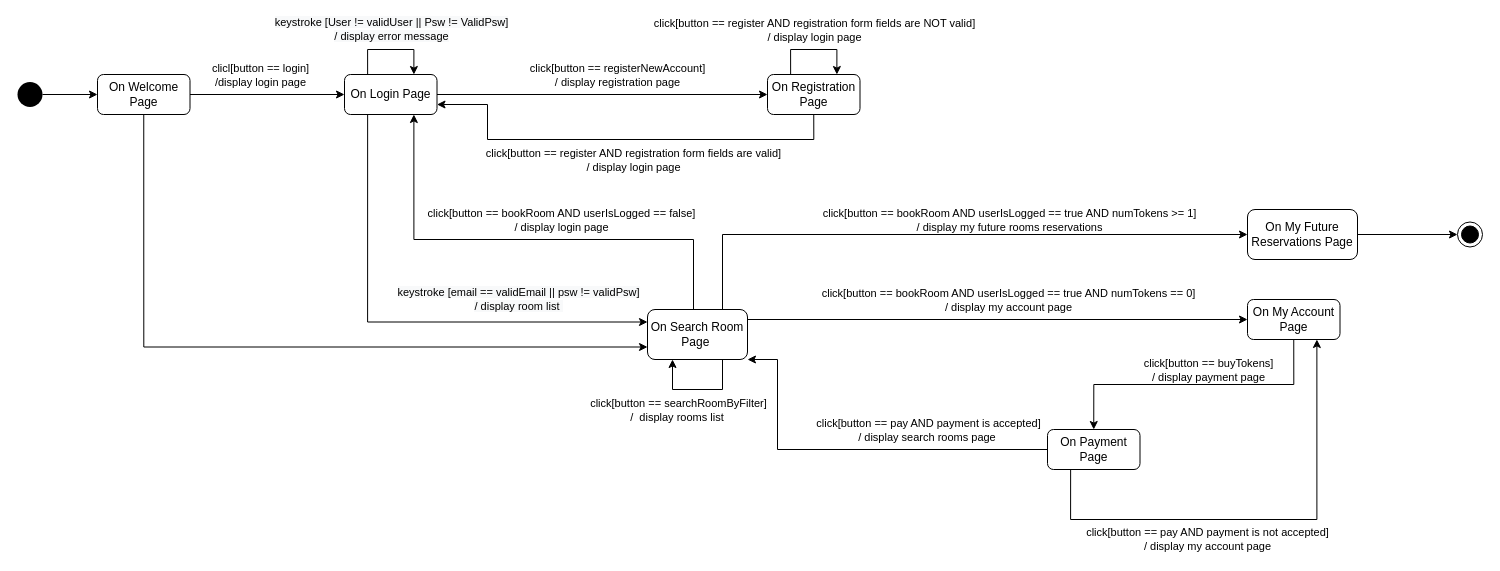
nic-agos/DoveStudi keeps this draw.io diagram as Deliverables/State Diagram/State Diagram - Magnoni Flavia.drawio. Above is the earlier version. Source tidied: cells renumbered, new cells numbered last; positions are measured from the earlier drawing's top-left corner, leaving out a move shared by most shapes. Both pictures are drawn from the tidied source at 100%, with x=0, y=0 at pixel (17, 49).
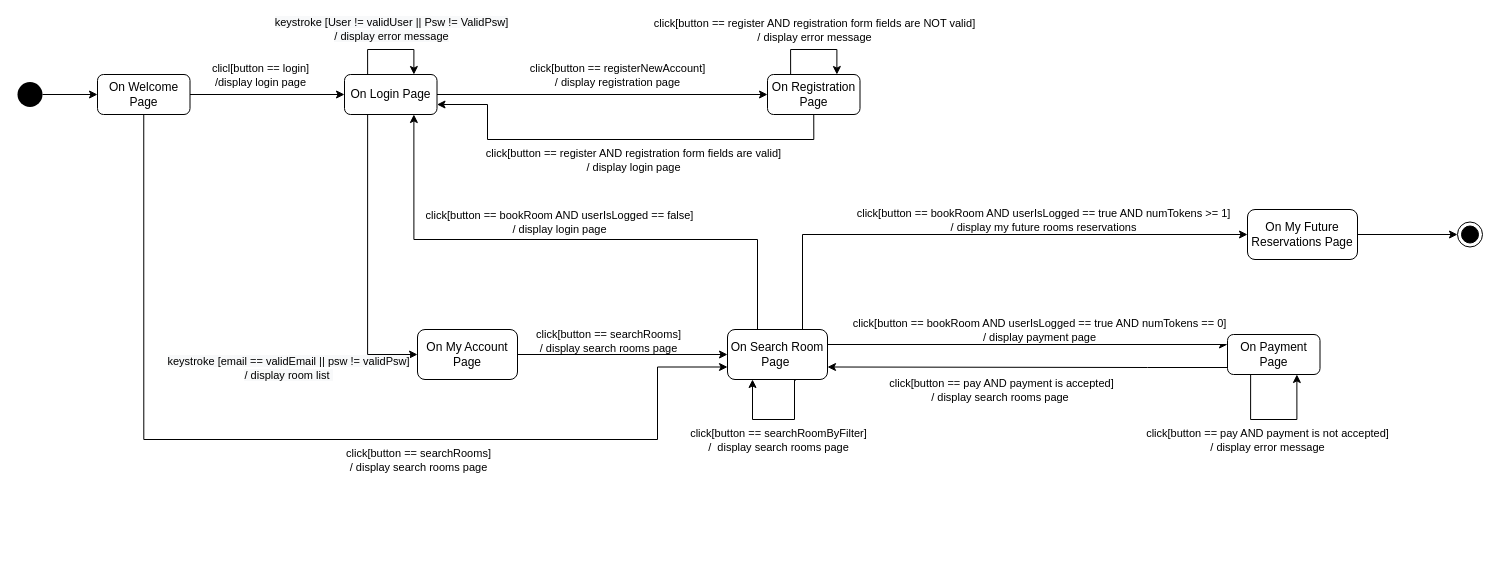
Above is the later version.

The change refers to these unchanged cells:
```xml
<mxCell id="7" value="&lt;font style=&quot;font-size: 12px&quot;&gt;On Welcome Page&lt;/font&gt;" style="rounded=1;whiteSpace=wrap;html=1;strokeWidth=1;" parent="1" vertex="1">
  <mxGeometry x="80" y="25" width="92.5" height="40" as="geometry" />
</mxCell>
<mxCell id="12" value="&lt;font style=&quot;font-size: 12px&quot;&gt;On Login Page&lt;/font&gt;" style="rounded=1;whiteSpace=wrap;html=1;strokeWidth=1;" parent="1" vertex="1">
  <mxGeometry x="327" y="25" width="92.5" height="40" as="geometry" />
</mxCell>
<mxCell id="14" value="&lt;font style=&quot;font-size: 12px&quot;&gt;On My Future Reservations Page&lt;/font&gt;" style="rounded=1;whiteSpace=wrap;html=1;strokeWidth=1;" parent="1" vertex="1">
  <mxGeometry x="1230" y="160" width="110" height="50" as="geometry" />
</mxCell>
<mxCell id="28" style="edgeStyle=orthogonalEdgeStyle;rounded=0;orthogonalLoop=1;jettySize=auto;html=1;exitX=0.25;exitY=0;exitDx=0;exitDy=0;entryX=0.75;entryY=0;entryDx=0;entryDy=0;" parent="1" edge="1" source="17" target="17">
  <mxGeometry relative="1" as="geometry">
    <Array as="points">
      <mxPoint x="773" />
      <mxPoint x="819" />
    </Array>
  </mxGeometry>
</mxCell>
```

Change to the diagram source:
```diff
@@
     <mxCell id="6" style="edgeStyle=orthogonalEdgeStyle;rounded=0;jettySize=auto;html=1;exitX=0.5;exitY=1;exitDx=0;exitDy=0;entryX=0;entryY=0.75;entryDx=0;entryDy=0;" parent="1" edge="1" source="7" target="24">
-      <mxGeometry relative="1" as="geometry" />
+      <mxGeometry relative="1" as="geometry">
+        <Array as="points">
+          <mxPoint x="126" y="390" />
+          <mxPoint x="640" y="390" />
+          <mxPoint x="640" y="318" />
+        </Array>
+      </mxGeometry>
     </mxCell>
+    <mxCell id="40" value="click[button == searchRooms]&lt;br&gt;/ display search rooms page" style="edgeLabel;html=1;align=center;verticalAlign=middle;" parent="6" vertex="1">
+      <mxGeometry x="0.76" y="1" relative="1" as="geometry">
+        <mxPoint x="-49" y="-74.7" as="offset" />
+      </mxGeometry>
+    </mxCell>
+    <mxCell id="41" value="click[button == searchRooms]&lt;br&gt;/ display search rooms page" style="edgeLabel;html=1;align=center;verticalAlign=middle;" parent="6" vertex="1">
+      <mxGeometry x="0.22" y="3" relative="1" as="geometry">
+        <mxPoint x="0.7" y="23" as="offset" />
+      </mxGeometry>
+    </mxCell>
@@
-    <mxCell id="10" style="edgeStyle=orthogonalEdgeStyle;rounded=0;jettySize=auto;html=1;exitX=0.25;exitY=1;exitDx=0;exitDy=0;entryX=0;entryY=0.25;entryDx=0;entryDy=0;" parent="1" edge="1" source="12" target="24">
-      <mxGeometry relative="1" as="geometry" />
+    <mxCell id="10" style="edgeStyle=orthogonalEdgeStyle;rounded=0;jettySize=auto;html=1;exitX=0.25;exitY=1;exitDx=0;exitDy=0;entryX=0;entryY=0.5;entryDx=0;entryDy=0;" parent="1" edge="1" source="12" target="27">
+      <mxGeometry relative="1" as="geometry">
+        <Array as="points">
+          <mxPoint x="350" y="305" />
+        </Array>
+      </mxGeometry>
     </mxCell>
     <mxCell id="11" value="&lt;span style=&quot;background-color: rgb(248 , 249 , 250)&quot;&gt;keystroke [email == validEmail || psw != validPsw]&lt;/span&gt;&lt;br style=&quot;background-color: rgb(248 , 249 , 250)&quot;&gt;&lt;span style=&quot;background-color: rgb(248 , 249 , 250)&quot;&gt;/ display room list&amp;nbsp;&lt;/span&gt;" style="edgeLabel;html=1;align=center;verticalAlign=middle;" parent="10" vertex="1">
       <mxGeometry x="-0.35" relative="1" as="geometry">
-        <mxPoint x="149.9" y="27" as="offset" />
+        <mxPoint x="-80.1" y="160" as="offset" />
       </mxGeometry>
     </mxCell>
@@
     <mxCell id="18" style="edgeStyle=orthogonalEdgeStyle;rounded=0;jettySize=auto;html=1;exitX=0.75;exitY=0;exitDx=0;exitDy=0;entryX=0;entryY=0.5;entryDx=0;entryDy=0;" parent="1" edge="1" source="24" target="14">
       <mxGeometry relative="1" as="geometry">
         <Array as="points">
-          <mxPoint x="705" y="185" />
+          <mxPoint x="785" y="185" />
         </Array>
       </mxGeometry>
     </mxCell>
@@
     <mxCell id="20" style="edgeStyle=orthogonalEdgeStyle;rounded=0;jettySize=auto;html=1;exitX=0.5;exitY=0;exitDx=0;exitDy=0;entryX=0.75;entryY=1;entryDx=0;entryDy=0;" parent="1" edge="1" source="24" target="12">
       <mxGeometry relative="1" as="geometry">
         <Array as="points">
-          <mxPoint x="676" y="190" />
+          <mxPoint x="740" y="280" />
+          <mxPoint x="740" y="190" />
           <mxPoint x="396" y="190" />
         </Array>
       </mxGeometry>
     </mxCell>
     <mxCell id="21" value="click[button == bookRoom AND userIsLogged == false]&lt;br&gt;/ display login page" style="edgeLabel;html=1;align=center;verticalAlign=middle;" parent="20" vertex="1">
       <mxGeometry x="-0.28" relative="1" as="geometry">
-        <mxPoint x="-34.3" y="-20" as="offset" />
+        <mxPoint x="-101" y="-17.5" as="offset" />
       </mxGeometry>
     </mxCell>
-    <mxCell id="22" style="edgeStyle=orthogonalEdgeStyle;rounded=0;jettySize=auto;html=1;exitX=1;exitY=0.25;exitDx=0;exitDy=0;entryX=0;entryY=0.5;entryDx=0;entryDy=0;" parent="1" edge="1" source="24" target="27">
+    <mxCell id="22" style="edgeStyle=orthogonalEdgeStyle;rounded=0;jettySize=auto;html=1;exitX=1;exitY=0.25;exitDx=0;exitDy=0;entryX=0;entryY=0.25;entryDx=0;entryDy=0;" parent="1" edge="1" source="24" target="34">
       <mxGeometry relative="1" as="geometry">
         <Array as="points">
-          <mxPoint x="730" y="270" />
+          <mxPoint x="810" y="295" />
         </Array>
       </mxGeometry>
     </mxCell>
-    <mxCell id="23" value="click[button == bookRoom AND userIsLogged == true AND numTokens == 0]&lt;br&gt;/ display my account page" style="edgeLabel;html=1;align=center;verticalAlign=middle;" parent="22" vertex="1">
+    <mxCell id="23" value="click[button == bookRoom AND userIsLogged == true AND numTokens == 0]&lt;br&gt;/ display payment page" style="edgeLabel;html=1;align=center;verticalAlign=middle;" parent="22" vertex="1">
       <mxGeometry x="0.47" y="-1" relative="1" as="geometry">
-        <mxPoint x="-106.5" y="-21" as="offset" />
+        <mxPoint x="-82.5" y="-16" as="offset" />
       </mxGeometry>
     </mxCell>
     <mxCell id="24" value="&lt;font style=&quot;font-size: 12px&quot;&gt;On Search Room Page&amp;nbsp;&lt;/font&gt;" style="rounded=1;whiteSpace=wrap;html=1;strokeWidth=1;" parent="1" vertex="1">
-      <mxGeometry x="630" y="260" width="100" height="50" as="geometry" />
+      <mxGeometry x="710" y="280" width="100" height="50" as="geometry" />
     </mxCell>
-    <mxCell id="25" style="edgeStyle=orthogonalEdgeStyle;rounded=0;jettySize=auto;html=1;exitX=0.5;exitY=1;exitDx=0;exitDy=0;entryX=0.5;entryY=0;entryDx=0;entryDy=0;" parent="1" edge="1" source="27" target="34">
-      <mxGeometry relative="1" as="geometry" />
-    </mxCell>
-    <mxCell id="26" value="click[button == buyTokens]&lt;br&gt;/ display payment page" style="edgeLabel;html=1;align=center;verticalAlign=middle;" parent="25" vertex="1">
-      <mxGeometry x="-0.38" y="2" relative="1" as="geometry">
-        <mxPoint x="-41.3" y="-17" as="offset" />
-      </mxGeometry>
-    </mxCell>
-    <mxCell id="27" value="&lt;font style=&quot;font-size: 12px&quot;&gt;On My Account Page&lt;/font&gt;" style="rounded=1;whiteSpace=wrap;html=1;strokeWidth=1;" parent="1" vertex="1">
-      <mxGeometry x="1230" y="250" width="92.5" height="40" as="geometry" />
-    </mxCell>
@@
-    <mxCell id="29" value="click[button == register AND registration form fields are NOT valid]&lt;br&gt;/ display login page" style="edgeLabel;html=1;align=center;verticalAlign=middle;" parent="28" vertex="1">
+    <mxCell id="29" value="click[button == register AND registration form fields are NOT valid]&lt;br&gt;/ display error message" style="edgeLabel;html=1;align=center;verticalAlign=middle;" parent="28" vertex="1">
       <mxGeometry x="-0.25" y="4" relative="1" as="geometry">
         <mxPoint x="12.2" y="-16" as="offset" />
       </mxGeometry>
     </mxCell>
@@
-    <mxCell id="32" style="edgeStyle=orthogonalEdgeStyle;rounded=0;jettySize=auto;html=1;exitX=0;exitY=0.5;exitDx=0;exitDy=0;entryX=1;entryY=0.75;entryDx=0;entryDy=0;" parent="1" edge="1" source="34">
+    <mxCell id="32" style="edgeStyle=orthogonalEdgeStyle;rounded=0;jettySize=auto;html=1;exitX=0;exitY=0.75;exitDx=0;exitDy=0;entryX=1;entryY=0.75;entryDx=0;entryDy=0;" parent="1" edge="1" source="34" target="24">
       <mxGeometry relative="1" as="geometry">
-        <mxPoint x="730" y="310" as="targetPoint" />
         <Array as="points">
-          <mxPoint x="760" y="400" />
-          <mxPoint x="760" y="310" />
+          <mxPoint x="1130" y="318" />
+          <mxPoint x="1110" y="318" />
         </Array>
       </mxGeometry>
     </mxCell>
     <mxCell id="33" value="click[button == pay AND payment is accepted]&lt;br&gt;/ display search rooms page&amp;nbsp;" style="edgeLabel;html=1;align=center;verticalAlign=middle;" parent="32" vertex="1">
       <mxGeometry x="0.27" y="-1" relative="1" as="geometry">
-        <mxPoint x="128" y="-19" as="offset" />
+        <mxPoint x="26" y="23.3" as="offset" />
       </mxGeometry>
     </mxCell>
     <mxCell id="34" value="&lt;font style=&quot;font-size: 12px&quot;&gt;On Payment Page&lt;/font&gt;" style="rounded=1;whiteSpace=wrap;html=1;strokeWidth=1;" parent="1" vertex="1">
-      <mxGeometry x="1030" y="380" width="92.5" height="40" as="geometry" />
+      <mxGeometry x="1210" y="285" width="92.5" height="40" as="geometry" />
     </mxCell>
-    <mxCell id="35" style="edgeStyle=orthogonalEdgeStyle;rounded=0;jettySize=auto;html=1;exitX=0.25;exitY=1;exitDx=0;exitDy=0;entryX=0.75;entryY=1;entryDx=0;entryDy=0;" parent="1" edge="1" source="34" target="27">
+    <mxCell id="35" style="edgeStyle=orthogonalEdgeStyle;rounded=0;orthogonalLoop=1;jettySize=auto;html=1;exitX=0.25;exitY=1;exitDx=0;exitDy=0;entryX=0.75;entryY=1;entryDx=0;entryDy=0;" parent="1" edge="1" source="34" target="34">
       <mxGeometry relative="1" as="geometry">
         <Array as="points">
-          <mxPoint x="1053" y="470" />
-          <mxPoint x="1299" y="470" />
+          <mxPoint x="1233" y="370" />
+          <mxPoint x="1279" y="370" />
         </Array>
       </mxGeometry>
     </mxCell>
-    <mxCell id="36" value="click[button == pay AND payment is not accepted]&lt;br&gt;/ display my account page" style="edgeLabel;html=1;align=center;verticalAlign=middle;" parent="35" vertex="1">
+    <mxCell id="36" value="click[button == pay AND payment is not accepted]&lt;br&gt;/ display error message" style="edgeLabel;html=1;align=center;verticalAlign=middle;" parent="35" vertex="1">
       <mxGeometry x="0.31" y="-2" relative="1" as="geometry">
-        <mxPoint x="-111.4" y="35.7" as="offset" />
+        <mxPoint x="-27.1" y="18" as="offset" />
       </mxGeometry>
     </mxCell>
-    <mxCell id="37" style="edgeStyle=orthogonalEdgeStyle;rounded=0;orthogonalLoop=1;jettySize=auto;html=1;exitX=0.75;exitY=1;exitDx=0;exitDy=0;entryX=0.25;entryY=1;entryDx=0;entryDy=0;" parent="1" edge="1" source="24" target="24">
+    <mxCell id="37" style="edgeStyle=orthogonalEdgeStyle;rounded=0;orthogonalLoop=1;jettySize=auto;html=1;exitX=0.684;exitY=1.012;exitDx=0;exitDy=0;entryX=0.25;entryY=1;entryDx=0;entryDy=0;exitPerimeter=0;" parent="1" edge="1" source="24" target="24">
       <mxGeometry relative="1" as="geometry">
         <Array as="points">
-          <mxPoint x="705" y="340" />
-          <mxPoint x="655" y="340" />
+          <mxPoint x="777" y="331" />
+          <mxPoint x="777" y="370" />
+          <mxPoint x="735" y="370" />
         </Array>
       </mxGeometry>
     </mxCell>
-    <mxCell id="38" value="click[button == searchRoomByFilter]&lt;br&gt;/&amp;nbsp; display rooms list&amp;nbsp;" style="edgeLabel;html=1;align=center;verticalAlign=middle;" parent="37" vertex="1">
+    <mxCell id="38" value="click[button == searchRoomByFilter]&lt;br&gt;/&amp;nbsp; display search rooms page" style="edgeLabel;html=1;align=center;verticalAlign=middle;" parent="37" vertex="1">
       <mxGeometry x="-0.42" relative="1" as="geometry">
-        <mxPoint x="-43" y="20" as="offset" />
+        <mxPoint x="-17" y="24.8" as="offset" />
       </mxGeometry>
     </mxCell>
@@
+    <mxCell id="42" style="edgeStyle=orthogonalEdgeStyle;rounded=0;jettySize=auto;html=1;entryX=0;entryY=0.5;entryDx=0;entryDy=0;" parent="1" edge="1" source="27" target="24">
+      <mxGeometry relative="1" as="geometry" />
+    </mxCell>
+    <mxCell id="27" value="&lt;font style=&quot;font-size: 12px&quot;&gt;On My Account Page&lt;/font&gt;" style="rounded=1;whiteSpace=wrap;html=1;strokeWidth=1;" parent="1" vertex="1">
+      <mxGeometry x="400" y="280" width="100" height="50" as="geometry" />
+    </mxCell>
```
